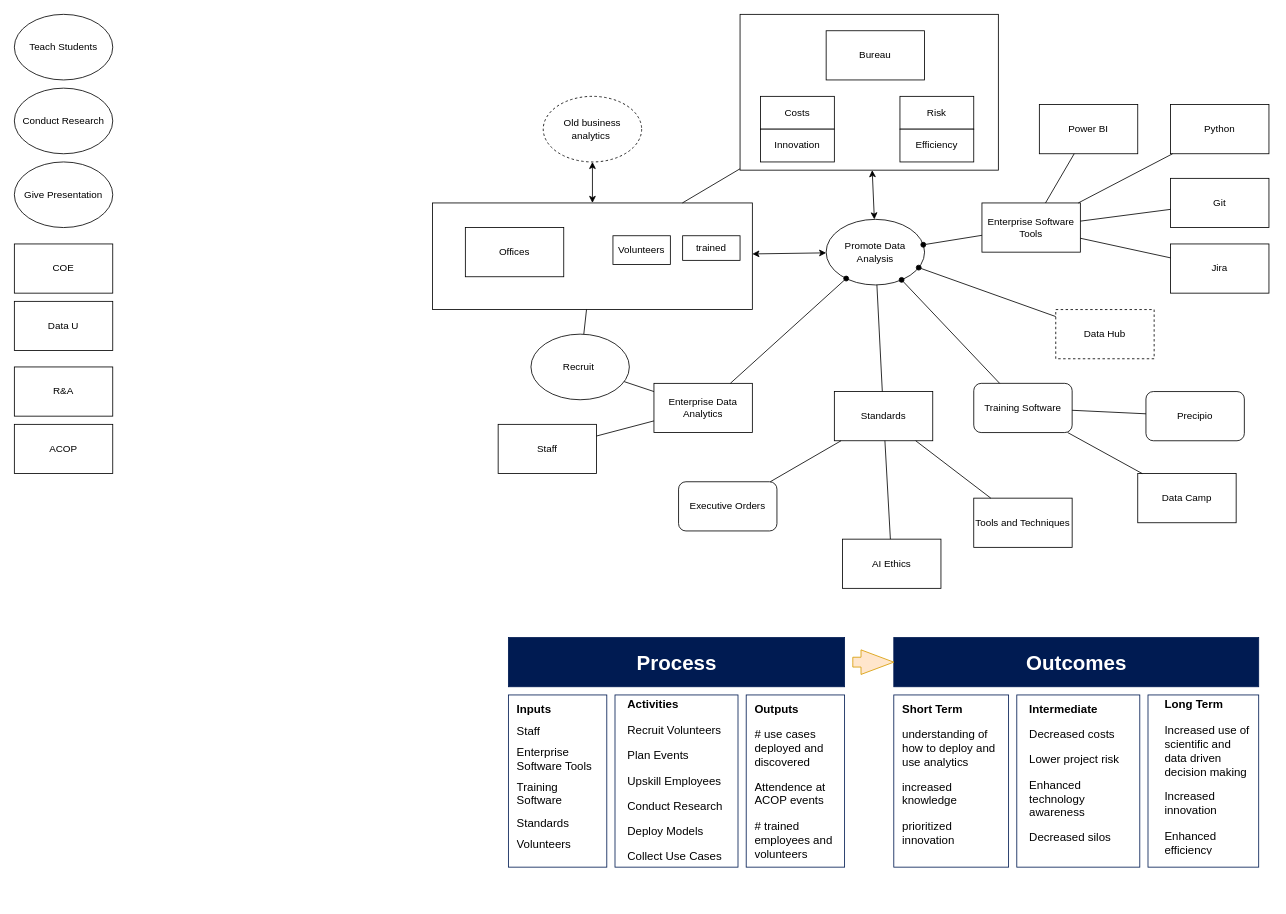
skeller01/data_projects_course keeps this draw.io diagram as visuals/notional.drawio. Above is the earlier version. Source tidied: cells renumbered, new cells numbered last; positions are measured from the earlier drawing's top-left corner, leaving out a move shared by most shapes. Both pictures are drawn from the tidied source at 82%, with x=0, y=0 at pixel (14, 14).
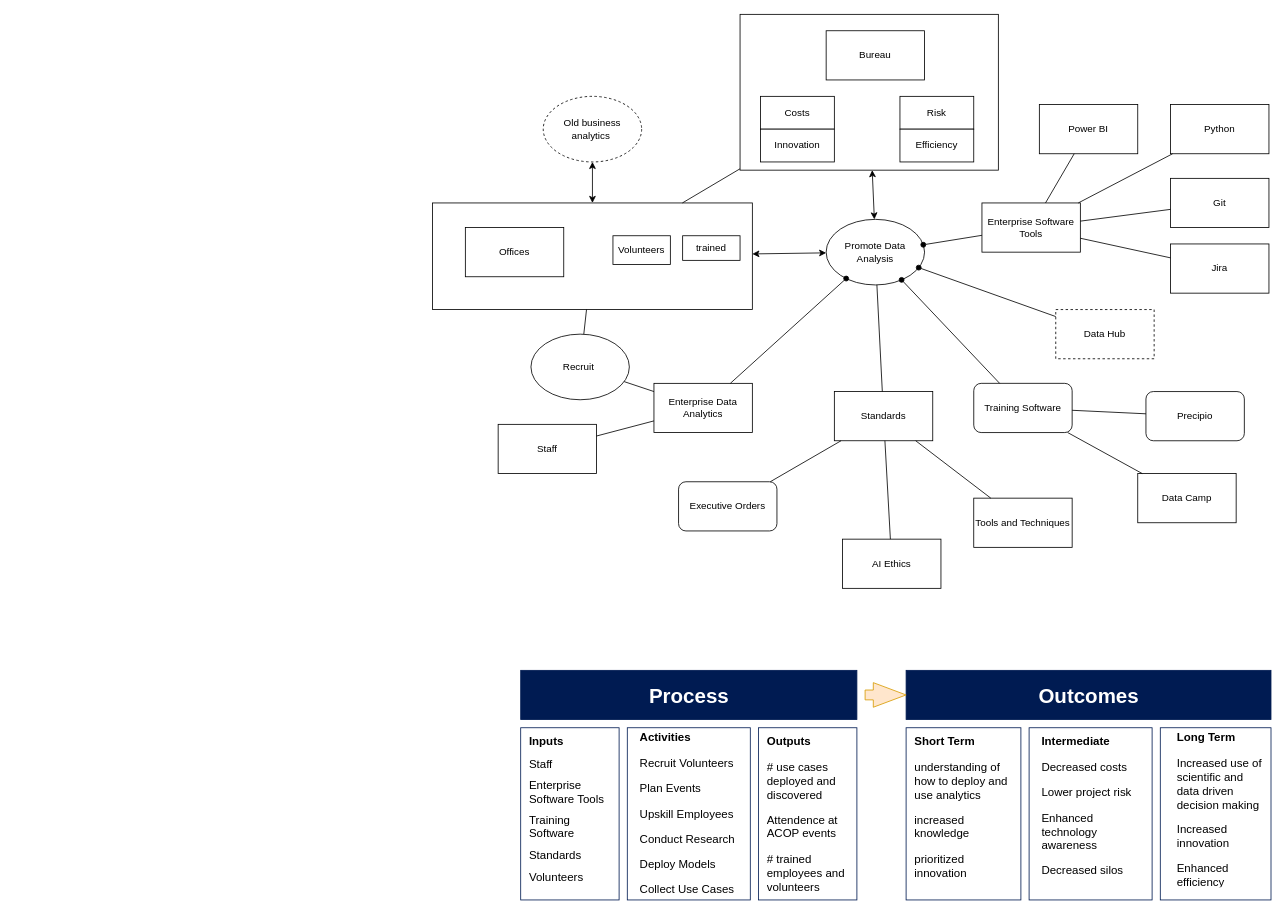
After the change.

Diff of the diagram source:
```diff
@@
-    <mxCell id="4" value="Data U" style="rounded=0;whiteSpace=wrap;html=1;" parent="1" vertex="1">
-      <mxGeometry y="350" width="120" height="60" as="geometry" />
-    </mxCell>
-    <mxCell id="5" value="ACOP" style="rounded=0;whiteSpace=wrap;html=1;" parent="1" vertex="1">
-      <mxGeometry y="500" width="120" height="60" as="geometry" />
-    </mxCell>
-    <mxCell id="6" value="COE" style="rounded=0;whiteSpace=wrap;html=1;" parent="1" vertex="1">
-      <mxGeometry y="280" width="120" height="60" as="geometry" />
-    </mxCell>
-    <mxCell id="7" value="R&amp;amp;A" style="rounded=0;whiteSpace=wrap;html=1;" parent="1" vertex="1">
-      <mxGeometry y="430" width="120" height="60" as="geometry" />
-    </mxCell>
-    <mxCell id="8" value="Conduct Research" style="ellipse;whiteSpace=wrap;html=1;" parent="1" vertex="1">
-      <mxGeometry y="90" width="120" height="80" as="geometry" />
-    </mxCell>
-    <mxCell id="9" value="Teach Students" style="ellipse;whiteSpace=wrap;html=1;" parent="1" vertex="1">
-      <mxGeometry width="120" height="80" as="geometry" />
-    </mxCell>
-    <mxCell id="10" value="Give Presentation" style="ellipse;whiteSpace=wrap;html=1;" parent="1" vertex="1">
-      <mxGeometry y="180" width="120" height="80" as="geometry" />
-    </mxCell>
@@
     <mxCell id="58" value="&lt;font size=&quot;1&quot; color=&quot;#ffffff&quot;&gt;&lt;b style=&quot;font-size: 25px;&quot;&gt;Process&lt;/b&gt;&lt;/font&gt;" style="rounded=0;whiteSpace=wrap;html=1;strokeColor=#001B52;fillColor=#001B52;" parent="1" vertex="1">
-      <mxGeometry x="602.5" y="760" width="410" height="60" as="geometry" />
+      <mxGeometry x="617.5" y="800" width="410" height="60" as="geometry" />
     </mxCell>
     <mxCell id="59" value="&lt;b&gt;&lt;font color=&quot;#ffffff&quot; style=&quot;font-size: 25px;&quot;&gt;Outcomes&lt;/font&gt;&lt;/b&gt;" style="rounded=0;whiteSpace=wrap;html=1;strokeColor=#001B52;fillColor=#001B52;" parent="1" vertex="1">
-      <mxGeometry x="1072.5" y="760" width="445" height="60" as="geometry" />
+      <mxGeometry x="1087.5" y="800" width="445" height="60" as="geometry" />
     </mxCell>
     <mxCell id="60" style="rounded=0;whiteSpace=wrap;html=1;strokeColor=#001B52;fontSize=25;fontColor=#FFFFFF;fillColor=#FFFFFF;" parent="1" vertex="1">
-      <mxGeometry x="602.5" y="830" width="120" height="210" as="geometry" />
+      <mxGeometry x="617.5" y="870" width="120" height="210" as="geometry" />
     </mxCell>
     <mxCell id="61" value="&lt;h1 style=&quot;font-size: 14px;&quot;&gt;&lt;span style=&quot;color: rgb(0, 0, 0); background-color: initial;&quot;&gt;Inputs&lt;/span&gt;&lt;/h1&gt;&lt;h1 style=&quot;font-size: 14px;&quot;&gt;&lt;span style=&quot;color: rgb(0, 0, 0); background-color: initial; font-weight: normal;&quot;&gt;Staff&amp;nbsp;&lt;/span&gt;&lt;/h1&gt;&lt;h1 style=&quot;font-size: 14px;&quot;&gt;&lt;span style=&quot;color: rgb(0, 0, 0); background-color: initial; font-weight: normal;&quot;&gt;Enterprise Software Tools&amp;nbsp;&lt;/span&gt;&lt;/h1&gt;&lt;h1 style=&quot;font-size: 14px;&quot;&gt;&lt;span style=&quot;color: rgb(0, 0, 0); background-color: initial; font-weight: normal;&quot;&gt;Training Software&amp;nbsp;&lt;/span&gt;&lt;/h1&gt;&lt;h1 style=&quot;font-size: 14px;&quot;&gt;&lt;span style=&quot;color: rgb(0, 0, 0); background-color: initial; font-weight: normal;&quot;&gt;Standards&amp;nbsp;&lt;/span&gt;&lt;/h1&gt;&lt;h1 style=&quot;font-size: 14px;&quot;&gt;&lt;span style=&quot;color: rgb(0, 0, 0); background-color: initial; font-weight: normal;&quot;&gt;Volunteers&lt;/span&gt;&lt;/h1&gt;" style="text;html=1;strokeColor=none;fillColor=none;spacing=5;spacingTop=-20;whiteSpace=wrap;overflow=hidden;rounded=0;fontSize=25;fontColor=#FFFFFF;" parent="1" vertex="1">
-      <mxGeometry x="607.5" y="840" width="105" height="190" as="geometry" />
+      <mxGeometry x="622.5" y="880" width="105" height="190" as="geometry" />
     </mxCell>
     <mxCell id="62" style="rounded=0;whiteSpace=wrap;html=1;strokeColor=#001B52;fontSize=25;fontColor=#FFFFFF;fillColor=#FFFFFF;" parent="1" vertex="1">
-      <mxGeometry x="732.5" y="830" width="150" height="210" as="geometry" />
+      <mxGeometry x="747.5" y="870" width="150" height="210" as="geometry" />
     </mxCell>
     <mxCell id="63" value="&lt;h1 style=&quot;font-size: 14px;&quot;&gt;&lt;font style=&quot;font-size: 14px;&quot; color=&quot;#000000&quot;&gt;Activities&lt;/font&gt;&lt;/h1&gt;&lt;p style=&quot;font-size: 14px;&quot;&gt;&lt;font style=&quot;font-size: 14px;&quot; color=&quot;#000000&quot;&gt;Recruit Volunteers&amp;nbsp;&lt;/font&gt;&lt;/p&gt;&lt;p style=&quot;font-size: 14px;&quot;&gt;&lt;font style=&quot;font-size: 14px;&quot; color=&quot;#000000&quot;&gt;Plan Events&amp;nbsp;&lt;/font&gt;&lt;/p&gt;&lt;p style=&quot;font-size: 14px;&quot;&gt;&lt;font style=&quot;font-size: 14px;&quot; color=&quot;#000000&quot;&gt;Upskill Employees&amp;nbsp;&lt;/font&gt;&lt;/p&gt;&lt;p style=&quot;font-size: 14px;&quot;&gt;&lt;font style=&quot;font-size: 14px;&quot; color=&quot;#000000&quot;&gt;Conduct Research&amp;nbsp;&lt;/font&gt;&lt;/p&gt;&lt;p style=&quot;font-size: 14px;&quot;&gt;&lt;font style=&quot;font-size: 14px;&quot; color=&quot;#000000&quot;&gt;Deploy Models&amp;nbsp;&lt;/font&gt;&lt;/p&gt;&lt;p style=&quot;font-size: 14px;&quot;&gt;&lt;font color=&quot;#000000&quot;&gt;Collect Use Cases&lt;/font&gt;&lt;/p&gt;" style="text;html=1;strokeColor=none;fillColor=none;spacing=5;spacingTop=-20;whiteSpace=wrap;overflow=hidden;rounded=0;fontSize=25;fontColor=#FFFFFF;" parent="1" vertex="1">
-      <mxGeometry x="742.5" y="835" width="130" height="200" as="geometry" />
+      <mxGeometry x="757.5" y="875" width="130" height="200" as="geometry" />
     </mxCell>
     <mxCell id="64" style="rounded=0;whiteSpace=wrap;html=1;strokeColor=#001B52;fontSize=25;fontColor=#FFFFFF;fillColor=#FFFFFF;" parent="1" vertex="1">
-      <mxGeometry x="892.5" y="830" width="120" height="210" as="geometry" />
+      <mxGeometry x="907.5" y="870" width="120" height="210" as="geometry" />
     </mxCell>
     <mxCell id="65" value="&lt;h1 style=&quot;font-size: 14px;&quot;&gt;&lt;font style=&quot;font-size: 14px;&quot; color=&quot;#000000&quot;&gt;Outputs&lt;/font&gt;&lt;/h1&gt;&lt;p style=&quot;font-size: 14px;&quot;&gt;&lt;font style=&quot;font-size: 14px;&quot; color=&quot;#000000&quot;&gt;# use cases deployed and discovered&lt;/font&gt;&lt;/p&gt;&lt;p style=&quot;font-size: 14px;&quot;&gt;&lt;font style=&quot;font-size: 14px;&quot; color=&quot;#000000&quot;&gt;Attendence at ACOP events&amp;nbsp;&lt;/font&gt;&lt;/p&gt;&lt;p style=&quot;font-size: 14px;&quot;&gt;&lt;font style=&quot;font-size: 14px;&quot; color=&quot;#000000&quot;&gt;# trained&amp;nbsp; employees and volunteers&lt;/font&gt;&lt;/p&gt;" style="text;html=1;strokeColor=none;fillColor=none;spacing=5;spacingTop=-20;whiteSpace=wrap;overflow=hidden;rounded=0;fontSize=25;fontColor=#FFFFFF;" parent="1" vertex="1">
-      <mxGeometry x="897.5" y="840" width="105" height="190" as="geometry" />
+      <mxGeometry x="912.5" y="880" width="105" height="190" as="geometry" />
     </mxCell>
     <mxCell id="66" style="rounded=0;whiteSpace=wrap;html=1;strokeColor=#001B52;fontSize=25;fontColor=#FFFFFF;fillColor=#FFFFFF;" parent="1" vertex="1">
-      <mxGeometry x="1072.5" y="830" width="140" height="210" as="geometry" />
+      <mxGeometry x="1087.5" y="870" width="140" height="210" as="geometry" />
     </mxCell>
     <mxCell id="67" value="&lt;h1 style=&quot;font-size: 14px;&quot;&gt;&lt;font style=&quot;font-size: 14px;&quot; color=&quot;#000000&quot;&gt;Short Term&lt;/font&gt;&lt;/h1&gt;&lt;p style=&quot;font-size: 14px;&quot;&gt;&lt;font style=&quot;font-size: 14px;&quot; color=&quot;#000000&quot;&gt;understanding of how to deploy and use analytics&amp;nbsp;&lt;/font&gt;&lt;/p&gt;&lt;p style=&quot;font-size: 14px;&quot;&gt;&lt;font style=&quot;font-size: 14px;&quot; color=&quot;#000000&quot;&gt;increased knowledge&amp;nbsp;&lt;/font&gt;&lt;/p&gt;&lt;p style=&quot;font-size: 14px;&quot;&gt;&lt;font style=&quot;font-size: 14px;&quot; color=&quot;#000000&quot;&gt;prioritized innovation&lt;/font&gt;&lt;/p&gt;" style="text;html=1;strokeColor=none;fillColor=none;spacing=5;spacingTop=-20;whiteSpace=wrap;overflow=hidden;rounded=0;fontSize=25;fontColor=#FFFFFF;" parent="1" vertex="1">
-      <mxGeometry x="1077.5" y="840" width="122.5" height="190" as="geometry" />
+      <mxGeometry x="1092.5" y="880" width="122.5" height="190" as="geometry" />
     </mxCell>
     <mxCell id="68" style="rounded=0;whiteSpace=wrap;html=1;strokeColor=#001B52;fontSize=25;fontColor=#FFFFFF;fillColor=#FFFFFF;" parent="1" vertex="1">
-      <mxGeometry x="1222.5" y="830" width="150" height="210" as="geometry" />
+      <mxGeometry x="1237.5" y="870" width="150" height="210" as="geometry" />
     </mxCell>
     <mxCell id="69" value="&lt;h1 style=&quot;font-size: 14px;&quot;&gt;&lt;font style=&quot;font-size: 14px;&quot; color=&quot;#000000&quot;&gt;Intermediate&lt;/font&gt;&lt;/h1&gt;&lt;p style=&quot;font-size: 14px;&quot;&gt;&lt;font color=&quot;#000000&quot;&gt;Decreased costs&lt;/font&gt;&lt;/p&gt;&lt;p style=&quot;font-size: 14px;&quot;&gt;&lt;font color=&quot;#000000&quot;&gt;Lower project risk&lt;/font&gt;&lt;/p&gt;&lt;p style=&quot;font-size: 14px;&quot;&gt;&lt;font color=&quot;#000000&quot;&gt;Enhanced technology awareness&lt;/font&gt;&lt;/p&gt;&lt;p style=&quot;font-size: 14px;&quot;&gt;&lt;font color=&quot;#000000&quot;&gt;Decreased silos&amp;nbsp;&lt;/font&gt;&lt;/p&gt;" style="text;html=1;strokeColor=none;fillColor=none;spacing=5;spacingTop=-20;whiteSpace=wrap;overflow=hidden;rounded=0;fontSize=25;fontColor=#FFFFFF;" parent="1" vertex="1">
-      <mxGeometry x="1232.5" y="840" width="130" height="190" as="geometry" />
+      <mxGeometry x="1247.5" y="880" width="130" height="190" as="geometry" />
     </mxCell>
     <mxCell id="70" style="rounded=0;whiteSpace=wrap;html=1;strokeColor=#001B52;fontSize=25;fontColor=#FFFFFF;fillColor=#FFFFFF;" parent="1" vertex="1">
-      <mxGeometry x="1382.5" y="830" width="135" height="210" as="geometry" />
+      <mxGeometry x="1397.5" y="870" width="135" height="210" as="geometry" />
     </mxCell>
     <mxCell id="71" value="&lt;h1 style=&quot;font-size: 14px;&quot;&gt;&lt;font style=&quot;font-size: 14px;&quot; color=&quot;#000000&quot;&gt;Long Term&lt;/font&gt;&lt;/h1&gt;&lt;p style=&quot;font-size: 14px;&quot;&gt;&lt;font style=&quot;font-size: 14px;&quot; color=&quot;#000000&quot;&gt;Increased use of scientific and data driven decision making&lt;/font&gt;&lt;/p&gt;&lt;p style=&quot;font-size: 14px;&quot;&gt;&lt;font style=&quot;font-size: 14px;&quot; color=&quot;#000000&quot;&gt;Increased innovation&lt;/font&gt;&lt;/p&gt;&lt;p style=&quot;font-size: 14px;&quot;&gt;&lt;font color=&quot;#000000&quot;&gt;Enhanced efficiency&lt;/font&gt;&lt;/p&gt;" style="text;html=1;strokeColor=none;fillColor=none;spacing=5;spacingTop=-20;whiteSpace=wrap;overflow=hidden;rounded=0;fontSize=25;fontColor=#FFFFFF;" parent="1" vertex="1">
-      <mxGeometry x="1397.5" y="835" width="112.5" height="190" as="geometry" />
+      <mxGeometry x="1412.5" y="875" width="112.5" height="190" as="geometry" />
     </mxCell>
     <mxCell id="72" style="html=1;shadow=0;dashed=0;align=center;verticalAlign=middle;shape=mxgraph.arrows2.arrow;dy=0.6;dx=40;notch=0;strokeColor=#d79b00;fontSize=14;fillColor=#ffe6cc;" parent="1" vertex="1">
-      <mxGeometry x="1022.5" y="775" width="50" height="30" as="geometry" />
+      <mxGeometry x="1037.5" y="815" width="50" height="30" as="geometry" />
     </mxCell>
```
